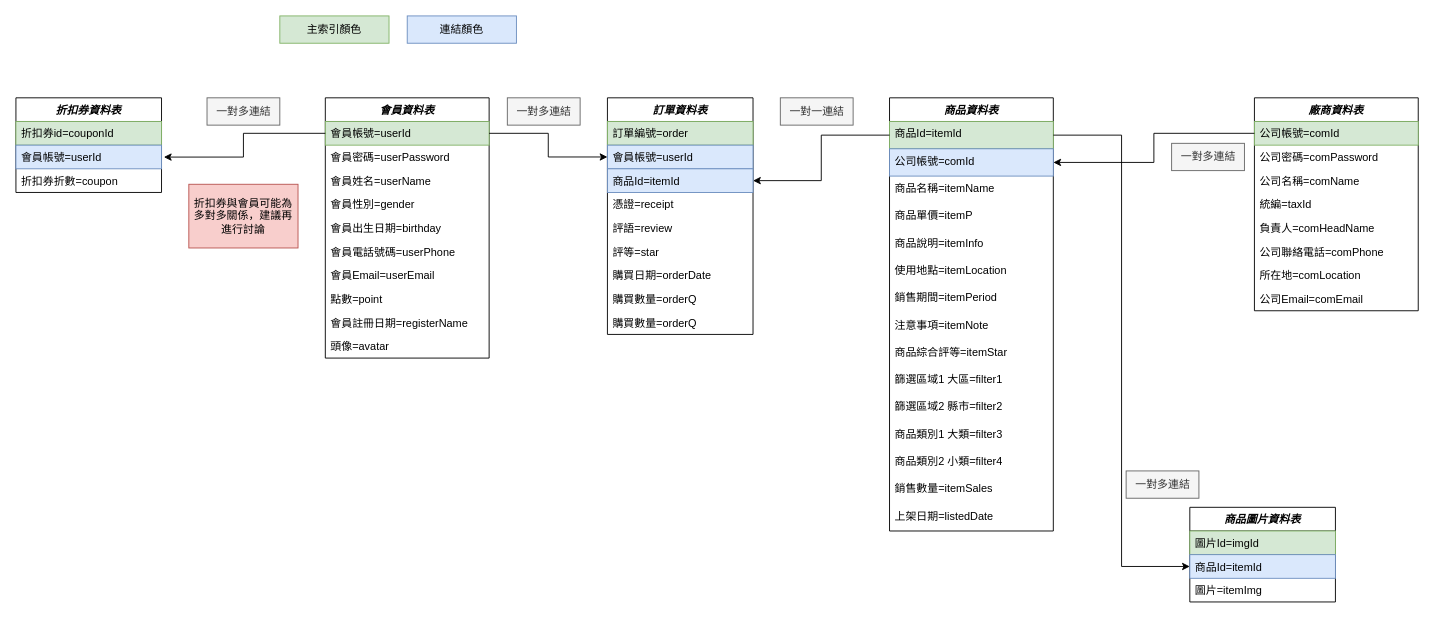
Earlier version of the draw.io diagram 大專資料庫關聯圖.drawio (Krivsis/database). Source tidied: cells renumbered, new cells numbered last; positions are measured from the earlier drawing's top-left corner, leaving out a move shared by most shapes. Both pictures are drawn from the tidied source at 91%, with x=0, y=0 at pixel (15, 15).
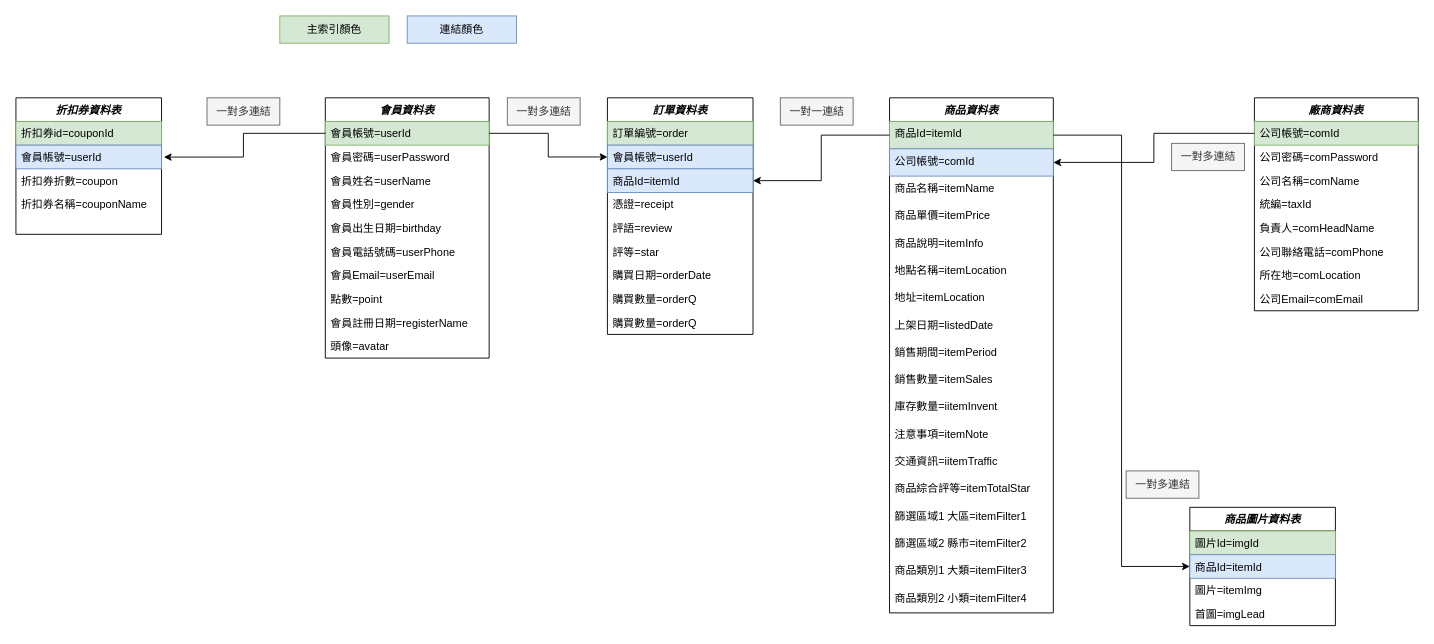
The same diagram, later.

Change to the diagram source:
```diff
@@
     <mxCell id="32" value="商品資料表" style="swimlane;fontStyle=3;align=center;verticalAlign=top;horizontal=1;startSize=26;rounded=0;shadow=0;strokeWidth=1;" parent="1" vertex="1">
-      <mxGeometry x="960" y="90" width="180" height="476" as="geometry" />
+      <mxGeometry x="960" y="90" width="180" height="566" as="geometry" />
     </mxCell>
@@
-    <mxCell id="36" value="商品單價=itemP" style="text;align=left;verticalAlign=top;spacingLeft=4;spacingRight=4;overflow=hidden;rounded=0;shadow=0;html=0;" parent="32" vertex="1">
+    <mxCell id="36" value="商品單價=itemPrice" style="text;align=left;verticalAlign=top;spacingLeft=4;spacingRight=4;overflow=hidden;rounded=0;shadow=0;html=0;" parent="32" vertex="1">
       <mxGeometry y="116" width="180" height="30" as="geometry" />
     </mxCell>
@@
-    <mxCell id="38" value="使用地點=itemLocation" style="text;align=left;verticalAlign=top;spacingLeft=4;spacingRight=4;overflow=hidden;rounded=0;shadow=0;html=0;" parent="32" vertex="1">
-      <mxGeometry y="176" width="180" height="30" as="geometry" />
-    </mxCell>
+    <mxCell id="69" value="地點名稱=itemLocation" style="text;align=left;verticalAlign=top;spacingLeft=4;spacingRight=4;overflow=hidden;rounded=0;shadow=0;html=0;" parent="32" vertex="1">
+      <mxGeometry y="176" width="180" height="30" as="geometry" />
+    </mxCell>
+    <mxCell id="70" value="地址=itemLocation" style="text;align=left;verticalAlign=top;spacingLeft=4;spacingRight=4;overflow=hidden;rounded=0;shadow=0;html=0;" parent="32" vertex="1">
+      <mxGeometry y="206" width="180" height="30" as="geometry" />
+    </mxCell>
+    <mxCell id="47" value="上架日期=listedDate" style="text;align=left;verticalAlign=top;spacingLeft=4;spacingRight=4;overflow=hidden;rounded=0;shadow=0;html=0;" parent="32" vertex="1">
+      <mxGeometry y="236" width="180" height="30" as="geometry" />
+    </mxCell>
     <mxCell id="39" value="銷售期間=itemPeriod" style="text;align=left;verticalAlign=top;spacingLeft=4;spacingRight=4;overflow=hidden;rounded=0;shadow=0;html=0;" parent="32" vertex="1">
-      <mxGeometry y="206" width="180" height="30" as="geometry" />
+      <mxGeometry y="266" width="180" height="30" as="geometry" />
     </mxCell>
+    <mxCell id="46" value="銷售數量=itemSales" style="text;align=left;verticalAlign=top;spacingLeft=4;spacingRight=4;overflow=hidden;rounded=0;shadow=0;html=0;" parent="32" vertex="1">
+      <mxGeometry y="296" width="180" height="30" as="geometry" />
+    </mxCell>
+    <mxCell id="71" value="庫存數量=iitemInvent" style="text;align=left;verticalAlign=top;spacingLeft=4;spacingRight=4;overflow=hidden;rounded=0;shadow=0;html=0;" parent="32" vertex="1">
+      <mxGeometry y="326" width="180" height="30" as="geometry" />
+    </mxCell>
-    <mxCell id="40" value="注意事項=itemNote " style="text;align=left;verticalAlign=top;spacingLeft=4;spacingRight=4;overflow=hidden;rounded=0;shadow=0;html=0;" parent="32" vertex="1">
-      <mxGeometry y="236" width="180" height="30" as="geometry" />
+    <mxCell id="40" value="注意事項=itemNote" style="text;align=left;verticalAlign=top;spacingLeft=4;spacingRight=4;overflow=hidden;rounded=0;shadow=0;html=0;" parent="32" vertex="1">
+      <mxGeometry y="356" width="180" height="30" as="geometry" />
     </mxCell>
-    <mxCell id="41" value="商品綜合評等=itemStar" style="text;align=left;verticalAlign=top;spacingLeft=4;spacingRight=4;overflow=hidden;rounded=0;shadow=0;html=0;" parent="32" vertex="1">
-      <mxGeometry y="266" width="180" height="30" as="geometry" />
-    </mxCell>
-    <mxCell id="42" value="篩選區域1 大區=filter1" style="text;align=left;verticalAlign=top;spacingLeft=4;spacingRight=4;overflow=hidden;rounded=0;shadow=0;html=0;" parent="32" vertex="1">
-      <mxGeometry y="296" width="180" height="30" as="geometry" />
-    </mxCell>
-    <mxCell id="43" value="篩選區域2 縣市=filter2" style="text;align=left;verticalAlign=top;spacingLeft=4;spacingRight=4;overflow=hidden;rounded=0;shadow=0;html=0;" parent="32" vertex="1">
-      <mxGeometry y="326" width="180" height="30" as="geometry" />
-    </mxCell>
-    <mxCell id="44" value="商品類別1 大類=filter3&#10; " style="text;align=left;verticalAlign=top;spacingLeft=4;spacingRight=4;overflow=hidden;rounded=0;shadow=0;html=0;" parent="32" vertex="1">
-      <mxGeometry y="356" width="180" height="30" as="geometry" />
-    </mxCell>
-    <mxCell id="45" value="商品類別2 小類=filter4" style="text;align=left;verticalAlign=top;spacingLeft=4;spacingRight=4;overflow=hidden;rounded=0;shadow=0;html=0;" parent="32" vertex="1">
-      <mxGeometry y="386" width="180" height="30" as="geometry" />
-    </mxCell>
-    <mxCell id="46" value="銷售數量=itemSales" style="text;align=left;verticalAlign=top;spacingLeft=4;spacingRight=4;overflow=hidden;rounded=0;shadow=0;html=0;" parent="32" vertex="1">
-      <mxGeometry y="416" width="180" height="30" as="geometry" />
-    </mxCell>
-    <mxCell id="47" value="上架日期=listedDate" style="text;align=left;verticalAlign=top;spacingLeft=4;spacingRight=4;overflow=hidden;rounded=0;shadow=0;html=0;" parent="32" vertex="1">
-      <mxGeometry y="446" width="180" height="30" as="geometry" />
-    </mxCell>
+    <mxCell id="72" value="交通資訊=iitemTraffic" style="text;align=left;verticalAlign=top;spacingLeft=4;spacingRight=4;overflow=hidden;rounded=0;shadow=0;html=0;" parent="32" vertex="1">
+      <mxGeometry y="386" width="180" height="30" as="geometry" />
+    </mxCell>
+    <mxCell id="73" value="商品綜合評等=itemTotalStar" style="text;align=left;verticalAlign=top;spacingLeft=4;spacingRight=4;overflow=hidden;rounded=0;shadow=0;html=0;" parent="32" vertex="1">
+      <mxGeometry y="416" width="180" height="30" as="geometry" />
+    </mxCell>
+    <mxCell id="74" value="篩選區域1 大區=itemFilter1" style="text;align=left;verticalAlign=top;spacingLeft=4;spacingRight=4;overflow=hidden;rounded=0;shadow=0;html=0;" parent="32" vertex="1">
+      <mxGeometry y="446" width="180" height="30" as="geometry" />
+    </mxCell>
+    <mxCell id="75" value="篩選區域2 縣市=itemFilter2&#10;" style="text;align=left;verticalAlign=top;spacingLeft=4;spacingRight=4;overflow=hidden;rounded=0;shadow=0;html=0;" parent="32" vertex="1">
+      <mxGeometry y="476" width="180" height="30" as="geometry" />
+    </mxCell>
+    <mxCell id="76" value="商品類別1 大類=itemFilter3" style="text;align=left;verticalAlign=top;spacingLeft=4;spacingRight=4;overflow=hidden;rounded=0;shadow=0;html=0;" parent="32" vertex="1">
+      <mxGeometry y="506" width="180" height="30" as="geometry" />
+    </mxCell>
+    <mxCell id="77" value="商品類別2 小類=itemFilter4&#10;" style="text;align=left;verticalAlign=top;spacingLeft=4;spacingRight=4;overflow=hidden;rounded=0;shadow=0;html=0;" parent="32" vertex="1">
+      <mxGeometry y="536" width="180" height="30" as="geometry" />
+    </mxCell>
     <mxCell id="48" value="折扣券資料表" style="swimlane;fontStyle=3;align=center;verticalAlign=top;horizontal=1;startSize=26;rounded=0;shadow=0;strokeWidth=1;" parent="1" vertex="1">
-      <mxGeometry y="90" width="160" height="104" as="geometry" />
+      <mxGeometry y="90" width="160" height="150" as="geometry" />
     </mxCell>
@@
+    <mxCell id="78" value="折扣券名稱=couponName" style="text;align=left;verticalAlign=top;spacingLeft=4;spacingRight=4;overflow=hidden;rounded=0;shadow=0;html=0;" parent="48" vertex="1">
+      <mxGeometry y="104" width="160" height="26" as="geometry" />
+    </mxCell>
     <mxCell id="52" value="商品圖片資料表" style="swimlane;fontStyle=3;align=center;verticalAlign=top;horizontal=1;startSize=26;rounded=0;shadow=0;strokeWidth=1;" parent="1" vertex="1">
-      <mxGeometry x="1290" y="540" width="160" height="104" as="geometry" />
+      <mxGeometry x="1290" y="540" width="160" height="130" as="geometry" />
     </mxCell>
@@
+    <mxCell id="79" value="首圖=imgLead" style="text;align=left;verticalAlign=top;spacingLeft=4;spacingRight=4;overflow=hidden;rounded=0;shadow=0;html=0;" parent="52" vertex="1">
+      <mxGeometry y="104" width="160" height="26" as="geometry" />
+    </mxCell>
@@
-    <mxCell id="68" value="折扣券與會員可能為多對多關係，建議再&lt;br&gt;進行討論" style="whiteSpace=wrap;html=1;fillColor=#f8cecc;strokeColor=#b85450;fontColor=#000000;" parent="1" vertex="1">
-      <mxGeometry x="190" y="185" width="120" height="70" as="geometry" />
-    </mxCell>
```
